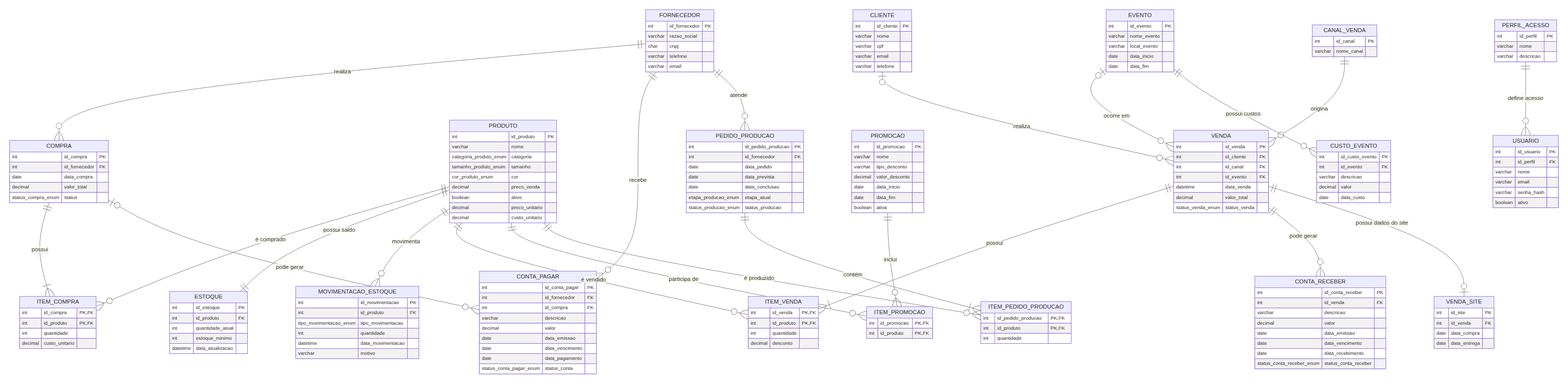
This is model/der.png from Larycronx/Der_Banco_De_Dados, a Mermaid export, as it was before one commit. Its source is kept beside it as model/der.mmd.
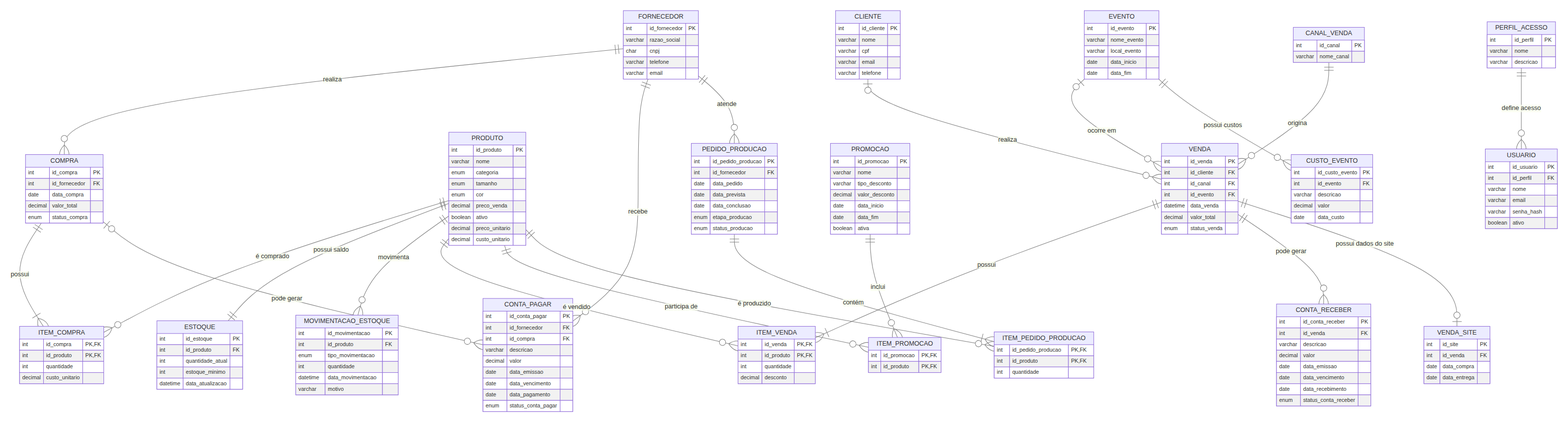
After the change.

Commit message:
Port project schema and tests to MySQL

Diff of the diagram source:
```diff
@@ -24,8 +24,8 @@
     PRODUTO {
         int id_produto PK
         varchar nome
-        categoria_produto_enum categoria
-        tamanho_produto_enum tamanho
+        enum categoria
+        enum tamanho
         enum cor
         decimal preco_venda
         boolean ativo
```
